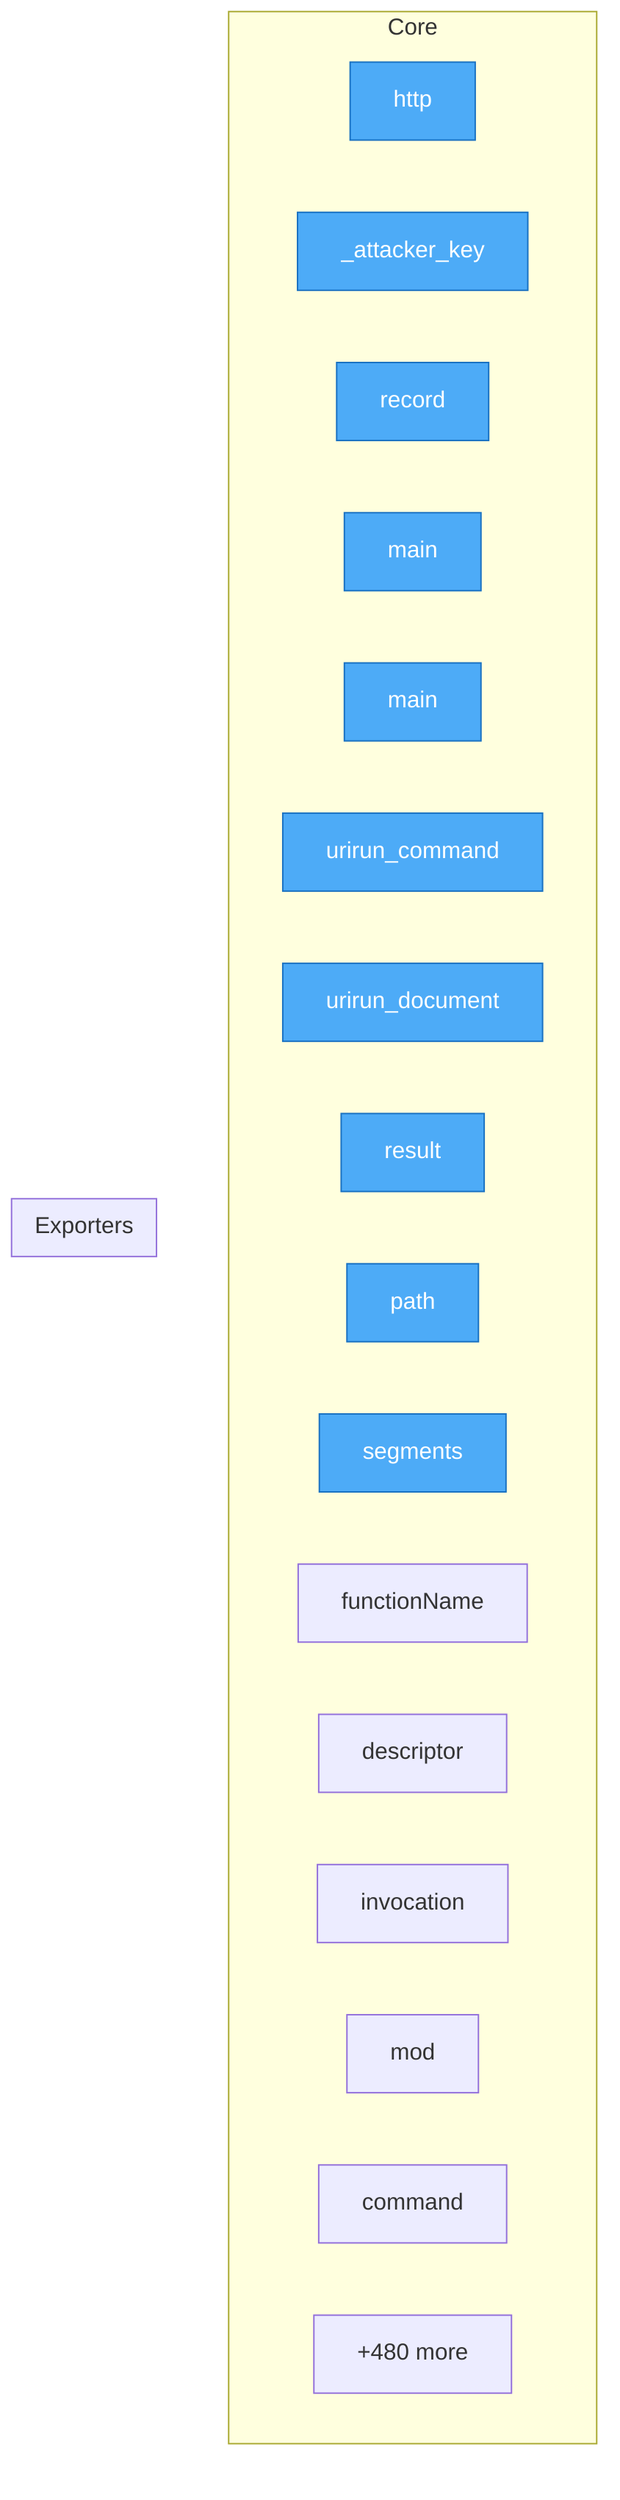
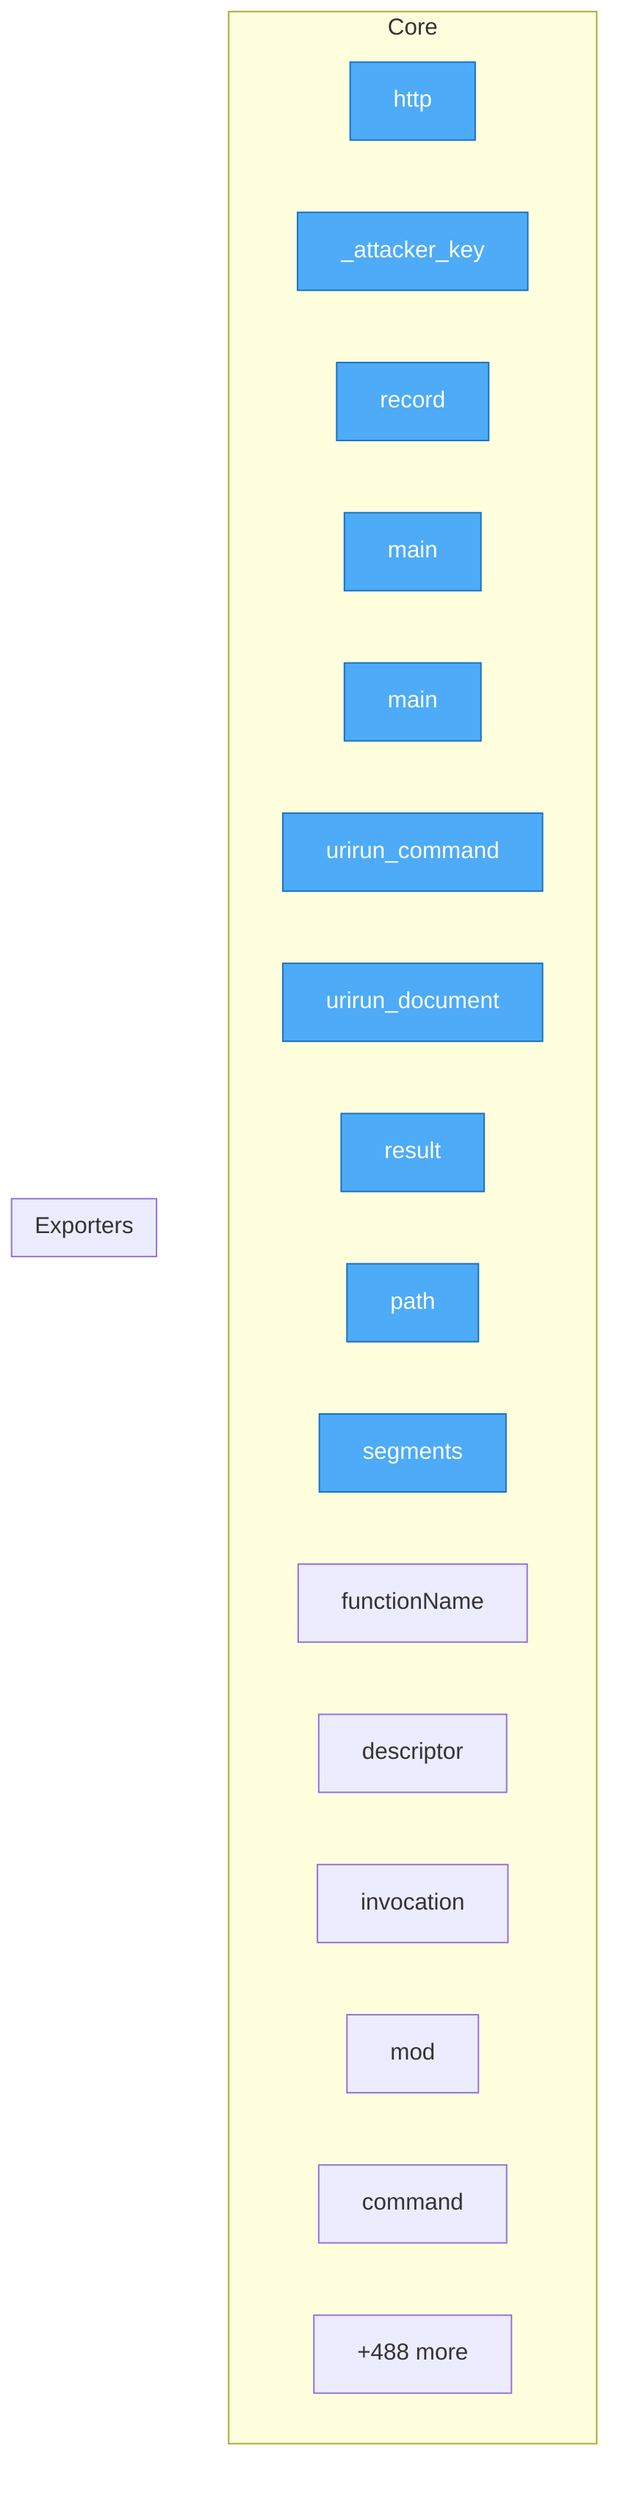
flowchart TD
- %% generated in 0.09s
+ %% generated in 0.04s

    %% Entry points (blue)
    classDef entry fill:#4dabf7,stroke:#1971c2,color:#fff

    subgraph Core
        security__mesh_probe__probe__http["http"]
        security__mesh_probe__probe___attacker_key["_attacker_key"]
        security__mesh_probe__probe__record["record"]
        adapters__conformance__main["main"]
        adapters__new_connector__main["main"]
        adapters__bash__urirun__urirun_command["urirun_command"]
        adapters__bash__urirun__urirun_document["urirun_document"]
        adapters__js__index__test__result["result"]
        adapters__js__path["path"]
        adapters__js__segments["segments"]
        adapters__js__functionName["functionName"]
        adapters__js__descriptor["descriptor"]
        adapters__js__invocation["invocation"]
        adapters__js__mod["mod"]
        adapters__java__Urirun__Urirun__command["command"]
-         ...["+480 more"]
+         ...["+488 more"]
    end

    subgraph Exporters
    end

    class security__mesh_probe__probe__http,security__mesh_probe__probe___attacker_key,security__mesh_probe__probe__record,adapters__conformance__main,adapters__new_connector__main,adapters__bash__urirun__urirun_command,adapters__bash__urirun__urirun_document,adapters__js__index__test__result,adapters__js__path,adapters__js__segments entry
